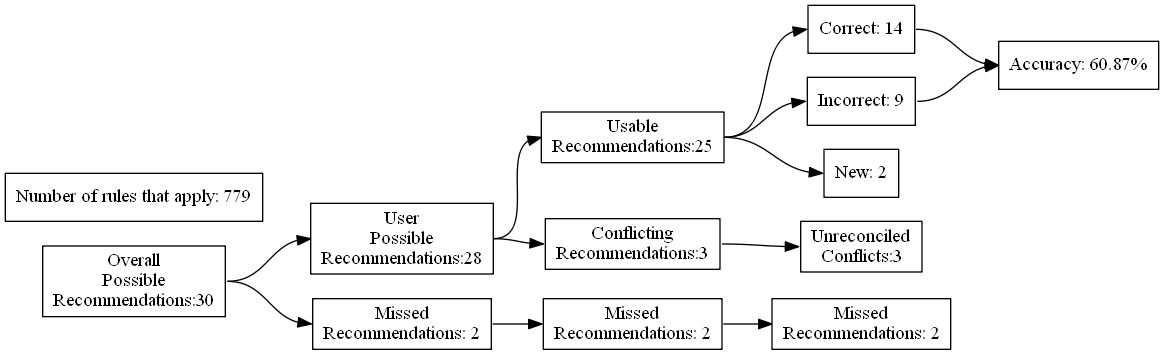
Earlier version of the Graphviz export test_renders/20.gv.png (ZaxR/ibd_diet_analysis). Its source is kept beside it as test_renders/20.gv.
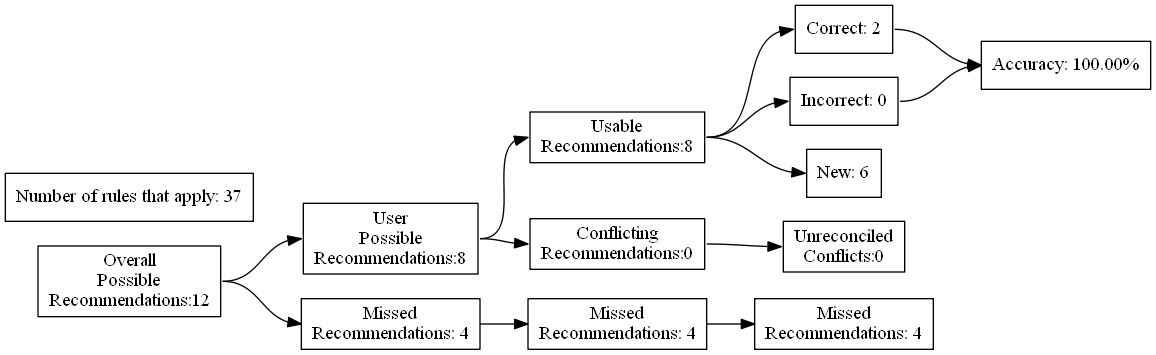
After the commit.

The edit, as a diff of the source:
```diff
@@ -4,27 +4,27 @@
 	edge [headport=w tailport=e]
 		A [label="Overall
 Possible
-Recommendations:30"]
+Recommendations:12"]
 		B [label="User
 Possible
-Recommendations:28"]
+Recommendations:8"]
 		C [label="Missed
-Recommendations: 2"]
+Recommendations: 4"]
 		D [label="Usable
-Recommendations:25"]
+Recommendations:8"]
 		E [label="Conflicting
-Recommendations:3"]
+Recommendations:0"]
 		J [label="Missed
-Recommendations: 2"]
+Recommendations: 4"]
 		M [label="Unreconciled
-Conflicts:3"]
-		F [label="Correct: 14"]
-		G [label="Incorrect: 9"]
-		H [label="New: 2"]
+Conflicts:0"]
+		F [label="Correct: 2"]
+		G [label="Incorrect: 0"]
+		H [label="New: 6"]
 		K [label="Missed
-Recommendations: 2"]
-		I [label="Accuracy: 60.87%"]
-		l [label="Number of rules that apply: 779"]
+Recommendations: 4"]
+		I [label="Accuracy: 100.00%"]
+		l [label="Number of rules that apply: 37"]
 			A -> B
 			A -> C
 			B -> D
```
